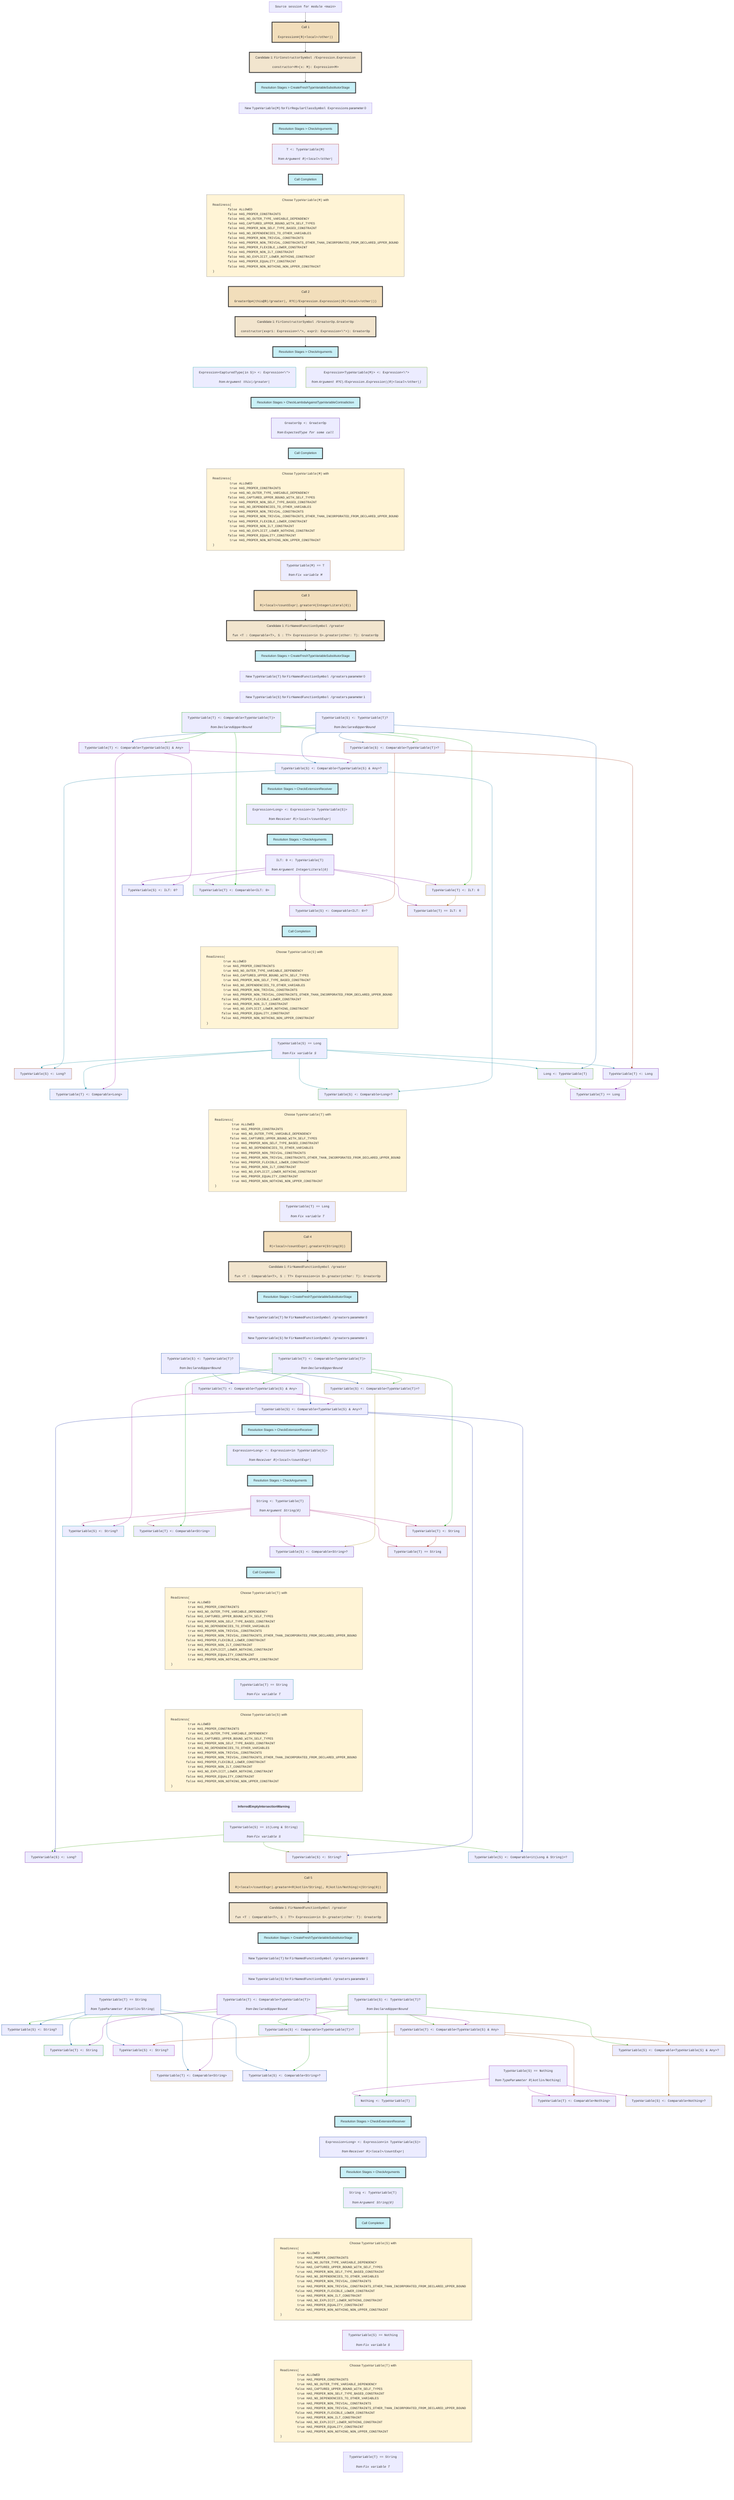
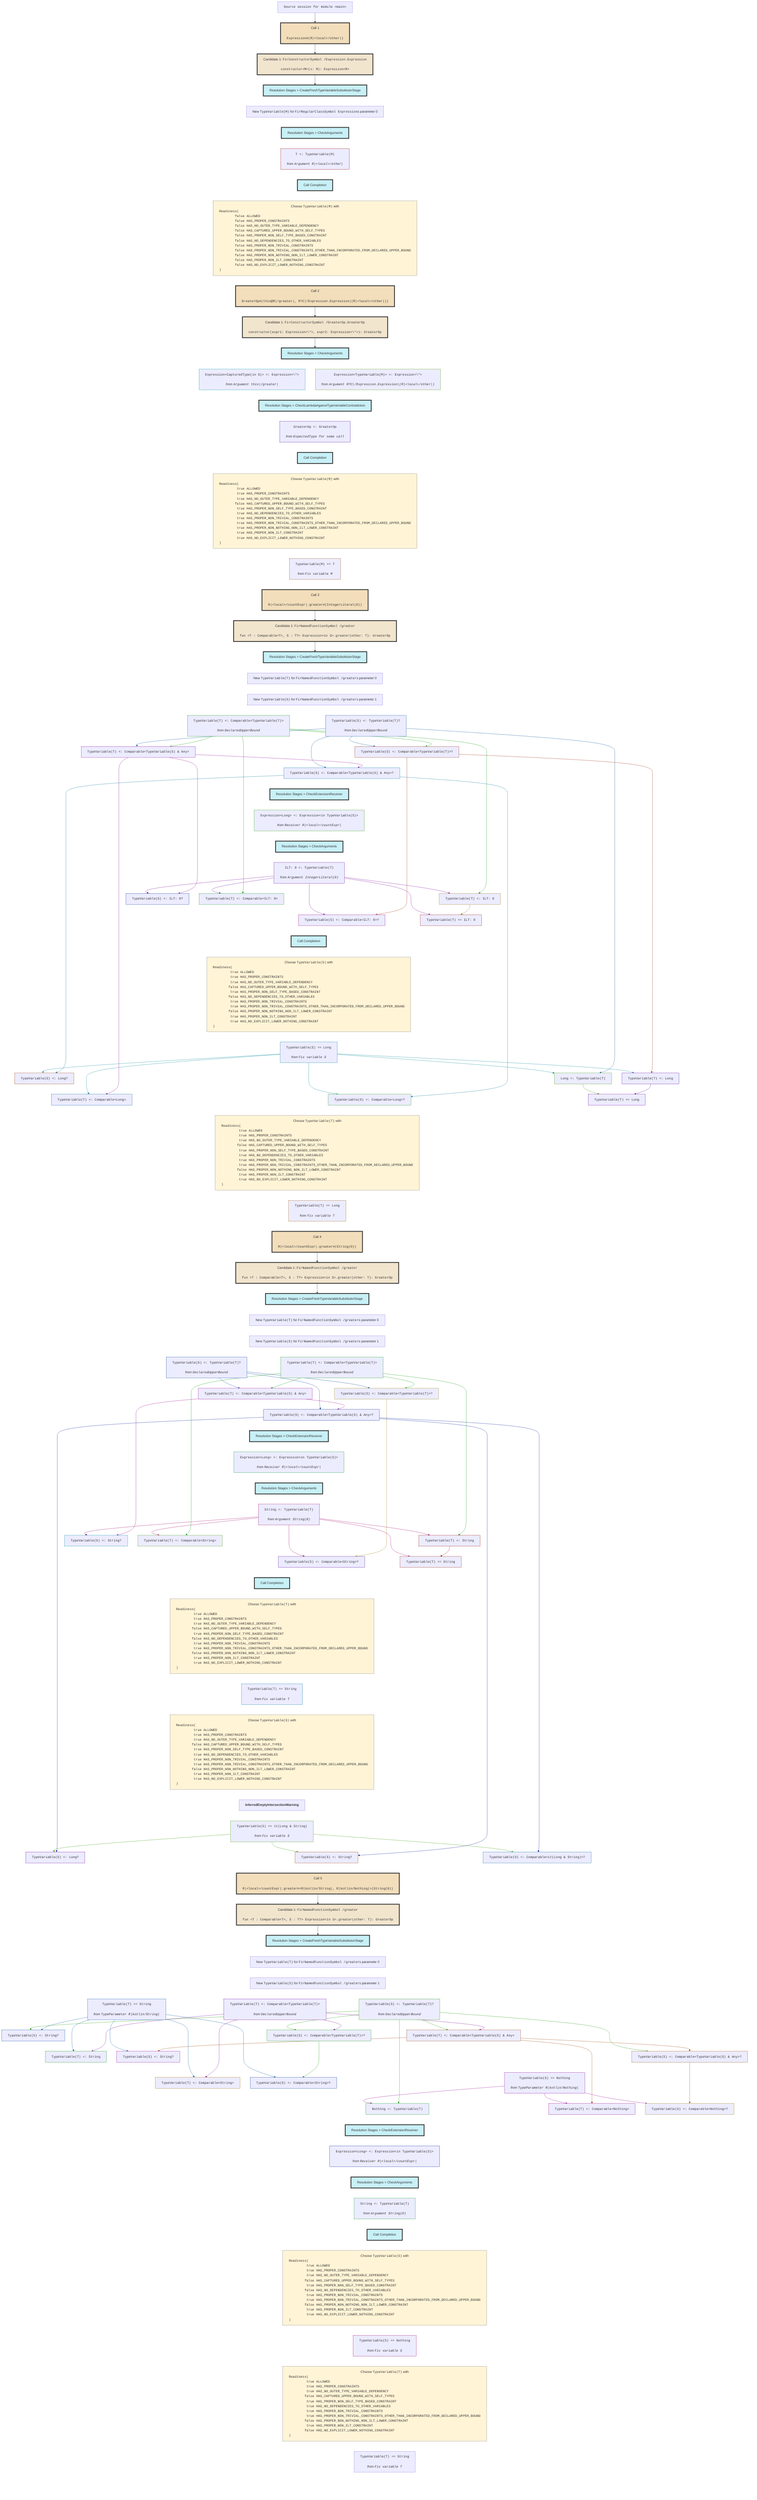
flowchart TD
    classDef nowrapClass text-align:center,white-space:nowrap;
    classDef callStyle fill:#f2debb,stroke:#333,stroke-width:4px;
    classDef candidateStyle fill:#f2e5ce,stroke:#333,stroke-width:4px;
    classDef stageStyle fill:#c8f0f7,stroke:#333,stroke-width:4px;
    classDef readinessStyle fill:#fff4d6,stroke:#777,stroke-width:1px;

    session0["<tt>Source session for module &lt;main></tt>"]
    class session0 nowrapClass;

    session0 --> call1

    call1["Call 1<br><br><pre style="display: inline-block;vertical-align: middle;text-align: left;margin: 0;"><tt>Expression#(R|&lt;local>/other|)</tt></pre>"]
    class call1 nowrapClass;
    class call1 callStyle;

    call1 --> candidate2

    candidate2["Candidate 1: <tt>FirConstructorSymbol /Expression.Expression</tt><br><br><pre style="display: inline-block;vertical-align: middle;text-align: left;margin: 0;"><tt>constructor&lt;M>(x: M): Expression&lt;M></tt></pre>"]
    class candidate2 nowrapClass;
    class candidate2 candidateStyle;

    candidate2 --> stage3

    stage3["Resolution Stages > CreateFreshTypeVariableSubstitutorStage"]
    class stage3 nowrapClass;
    class stage3 stageStyle;

    stage3 ~~~ newVariable4

    newVariable4["New <tt>TypeVariable(M)</tt> for <tt>FirRegularClassSymbol Expression</tt>s parameter 0"]
    class newVariable4 nowrapClass;

    newVariable4 ~~~ stage5

    stage5["Resolution Stages > CheckArguments"]
    class stage5 nowrapClass;
    class stage5 stageStyle;
    constraint6["<tt>T &lt;: TypeVariable(M)</tt><br><br><i><div style="display: inline-block;vertical-align: middle;">from</div> <pre style="display: inline-block;vertical-align: middle;text-align: left;margin: 0;"><tt>Argument R|&lt;local>/other|</tt></pre></i>"]
    class constraint6 nowrapClass;
    stage5 ~~~ constraint6

    constraint6 ~~~ stage7

    stage7["Call Completion"]
    class stage7 nowrapClass;
    class stage7 stageStyle;

    stage7 ~~~ variableReadiness8

    variableReadiness8["Choose <tt>TypeVariable(M)</tt> with <pre style="display: inline-block;vertical-align: middle;text-align: left;margin: 0;"><tt>Readiness(
	false ALLOWED
	false HAS_PROPER_CONSTRAINTS
	false HAS_NO_OUTER_TYPE_VARIABLE_DEPENDENCY
	false HAS_CAPTURED_UPPER_BOUND_WITH_SELF_TYPES
	false HAS_PROPER_NON_SELF_TYPE_BASED_CONSTRAINT
	false HAS_NO_DEPENDENCIES_TO_OTHER_VARIABLES
	false HAS_PROPER_NON_TRIVIAL_CONSTRAINTS
	false HAS_PROPER_NON_TRIVIAL_CONSTRAINTS_OTHER_THAN_INCORPORATED_FROM_DECLARED_UPPER_BOUND
- 	false HAS_PROPER_FLEXIBLE_LOWER_CONSTRAINT
+ 	false HAS_PROPER_NON_NOTHING_NON_ILT_LOWER_CONSTRAINT
	false HAS_PROPER_NON_ILT_CONSTRAINT
	false HAS_NO_EXPLICIT_LOWER_NOTHING_CONSTRAINT
- 	false HAS_PROPER_EQUALITY_CONSTRAINT
- 	false HAS_PROPER_NON_NOTHING_NON_UPPER_CONSTRAINT
)</tt></pre>"]
    class variableReadiness8 nowrapClass;
    class variableReadiness8 readinessStyle;

    variableReadiness8 ~~~ call9

    call9["Call 2<br><br><pre style="display: inline-block;vertical-align: middle;text-align: left;margin: 0;"><tt>GreaterOp#(this@R|/greater|, R?C|/Expression.Expression|(R|&lt;local>/other|))</tt></pre>"]
    class call9 nowrapClass;
    class call9 callStyle;

    call9 --> candidate10

    candidate10["Candidate 1: <tt>FirConstructorSymbol /GreaterOp.GreaterOp</tt><br><br><pre style="display: inline-block;vertical-align: middle;text-align: left;margin: 0;"><tt>constructor(expr1: Expression&lt;\*>, expr2: Expression&lt;\*>): GreaterOp</tt></pre>"]
    class candidate10 nowrapClass;
    class candidate10 candidateStyle;

    candidate10 --> stage11

    stage11["Resolution Stages > CheckArguments"]
    class stage11 nowrapClass;
    class stage11 stageStyle;
    constraint12["<tt>Expression&lt;CapturedType(in S)> &lt;: Expression&lt;\*></tt><br><br><i><div style="display: inline-block;vertical-align: middle;">from</div> <pre style="display: inline-block;vertical-align: middle;text-align: left;margin: 0;"><tt>Argument this|/greater|</tt></pre></i>"]
    class constraint12 nowrapClass;
    stage11 ~~~ constraint12
    constraint13["<tt>Expression&lt;TypeVariable(M)> &lt;: Expression&lt;\*></tt><br><br><i><div style="display: inline-block;vertical-align: middle;">from</div> <pre style="display: inline-block;vertical-align: middle;text-align: left;margin: 0;"><tt>Argument R?C|/Expression.Expression|(R|&lt;local>/other|)</tt></pre></i>"]
    class constraint13 nowrapClass;
    stage11 ~~~ constraint13

    constraint12 ~~~ stage14
    constraint13 ~~~ stage14

    stage14["Resolution Stages > CheckLambdaAgainstTypeVariableContradiction"]
    class stage14 nowrapClass;
    class stage14 stageStyle;
    constraint15["<tt>GreaterOp &lt;: GreaterOp</tt><br><br><i><div style="display: inline-block;vertical-align: middle;">from</div> <pre style="display: inline-block;vertical-align: middle;text-align: left;margin: 0;"><tt>ExpectedType for some call</tt></pre></i>"]
    class constraint15 nowrapClass;
    stage14 ~~~ constraint15

    constraint15 ~~~ stage16

    stage16["Call Completion"]
    class stage16 nowrapClass;
    class stage16 stageStyle;

    stage16 ~~~ variableReadiness17

    variableReadiness17["Choose <tt>TypeVariable(M)</tt> with <pre style="display: inline-block;vertical-align: middle;text-align: left;margin: 0;"><tt>Readiness(
	 true ALLOWED
	 true HAS_PROPER_CONSTRAINTS
	 true HAS_NO_OUTER_TYPE_VARIABLE_DEPENDENCY
	false HAS_CAPTURED_UPPER_BOUND_WITH_SELF_TYPES
	 true HAS_PROPER_NON_SELF_TYPE_BASED_CONSTRAINT
	 true HAS_NO_DEPENDENCIES_TO_OTHER_VARIABLES
	 true HAS_PROPER_NON_TRIVIAL_CONSTRAINTS
	 true HAS_PROPER_NON_TRIVIAL_CONSTRAINTS_OTHER_THAN_INCORPORATED_FROM_DECLARED_UPPER_BOUND
- 	false HAS_PROPER_FLEXIBLE_LOWER_CONSTRAINT
+ 	 true HAS_PROPER_NON_NOTHING_NON_ILT_LOWER_CONSTRAINT
	 true HAS_PROPER_NON_ILT_CONSTRAINT
	 true HAS_NO_EXPLICIT_LOWER_NOTHING_CONSTRAINT
- 	false HAS_PROPER_EQUALITY_CONSTRAINT
- 	 true HAS_PROPER_NON_NOTHING_NON_UPPER_CONSTRAINT
)</tt></pre>"]
    class variableReadiness17 nowrapClass;
    class variableReadiness17 readinessStyle;
    constraint18["<tt>TypeVariable(M) == T</tt><br><br><i><div style="display: inline-block;vertical-align: middle;">from</div> <pre style="display: inline-block;vertical-align: middle;text-align: left;margin: 0;"><tt>Fix variable M</tt></pre></i>"]
    class constraint18 nowrapClass;
    variableReadiness17 ~~~ constraint18

    constraint18 ~~~ call19

    call19["Call 3<br><br><pre style="display: inline-block;vertical-align: middle;text-align: left;margin: 0;"><tt>R|&lt;local>/countExpr|.greater#(IntegerLiteral(0))</tt></pre>"]
    class call19 nowrapClass;
    class call19 callStyle;

    call19 --> candidate20

    candidate20["Candidate 1: <tt>FirNamedFunctionSymbol /greater</tt><br><br><pre style="display: inline-block;vertical-align: middle;text-align: left;margin: 0;"><tt>fun &lt;T : Comparable&lt;T>, S : T?> Expression&lt;in S>.greater(other: T): GreaterOp
</tt></pre>"]
    class candidate20 nowrapClass;
    class candidate20 candidateStyle;

    candidate20 --> stage21

    stage21["Resolution Stages > CreateFreshTypeVariableSubstitutorStage"]
    class stage21 nowrapClass;
    class stage21 stageStyle;

    stage21 ~~~ newVariable22

    newVariable22["New <tt>TypeVariable(T)</tt> for <tt>FirNamedFunctionSymbol /greater</tt>s parameter 0"]
    class newVariable22 nowrapClass;

    newVariable22 ~~~ newVariable23

    newVariable23["New <tt>TypeVariable(S)</tt> for <tt>FirNamedFunctionSymbol /greater</tt>s parameter 1"]
    class newVariable23 nowrapClass;
    constraint24["<tt>TypeVariable(T) &lt;: Comparable&lt;TypeVariable(T)></tt><br><br><i><div style="display: inline-block;vertical-align: middle;">from</div> <pre style="display: inline-block;vertical-align: middle;text-align: left;margin: 0;"><tt>DeclaredUpperBound</tt></pre></i>"]
    class constraint24 nowrapClass;
    newVariable23 ~~~ constraint24
    constraint25["<tt>TypeVariable(S) &lt;: TypeVariable(T)?</tt><br><br><i><div style="display: inline-block;vertical-align: middle;">from</div> <pre style="display: inline-block;vertical-align: middle;text-align: left;margin: 0;"><tt>DeclaredUpperBound</tt></pre></i>"]
    class constraint25 nowrapClass;
    newVariable23 ~~~ constraint25
    constraint26["<tt>TypeVariable(S) &lt;: Comparable&lt;TypeVariable(T)>?</tt>"]
    class constraint26 nowrapClass;
    constraint25 --> constraint26
    constraint24 --> constraint26
    constraint27["<tt>TypeVariable(T) &lt;: Comparable&lt;TypeVariable(S) &amp; Any></tt>"]
    class constraint27 nowrapClass;
    constraint25 --> constraint27
    constraint24 --> constraint27
    constraint28["<tt>TypeVariable(S) &lt;: Comparable&lt;TypeVariable(S) &amp; Any>?</tt>"]
    class constraint28 nowrapClass;
    constraint25 ---> constraint28
    constraint27 --> constraint28

    constraint26 ~~~~ stage29
    constraint28 ~~~ stage29

    stage29["Resolution Stages > CheckExtensionReceiver"]
    class stage29 nowrapClass;
    class stage29 stageStyle;
    constraint30["<tt>Expression&lt;Long> &lt;: Expression&lt;in TypeVariable(S)></tt><br><br><i><div style="display: inline-block;vertical-align: middle;">from</div> <pre style="display: inline-block;vertical-align: middle;text-align: left;margin: 0;"><tt>Receiver R|&lt;local>/countExpr|</tt></pre></i>"]
    class constraint30 nowrapClass;
    stage29 ~~~ constraint30

    constraint30 ~~~ stage31

    stage31["Resolution Stages > CheckArguments"]
    class stage31 nowrapClass;
    class stage31 stageStyle;
    constraint32["<tt>ILT: 0 &lt;: TypeVariable(T)</tt><br><br><i><div style="display: inline-block;vertical-align: middle;">from</div> <pre style="display: inline-block;vertical-align: middle;text-align: left;margin: 0;"><tt>Argument IntegerLiteral(0)</tt></pre></i>"]
    class constraint32 nowrapClass;
    stage31 ~~~ constraint32
    constraint33["<tt>TypeVariable(T) &lt;: ILT: 0</tt>"]
    class constraint33 nowrapClass;
    constraint32 --> constraint33
    constraint24 --> constraint33
    constraint34["<tt>TypeVariable(S) &lt;: ILT: 0?</tt>"]
    class constraint34 nowrapClass;
    constraint32 --> constraint34
    constraint27 --> constraint34
    constraint35["<tt>TypeVariable(T) &lt;: Comparable&lt;ILT: 0></tt>"]
    class constraint35 nowrapClass;
    constraint32 --> constraint35
    constraint24 --> constraint35
    constraint36["<tt>TypeVariable(S) &lt;: Comparable&lt;ILT: 0>?</tt>"]
    class constraint36 nowrapClass;
    constraint32 ---> constraint36
    constraint26 --> constraint36
    constraint37["<tt>TypeVariable(T) == ILT: 0</tt>"]
    class constraint37 nowrapClass;
    constraint32 ---> constraint37
    constraint33 --> constraint37

    constraint34 ~~~~ stage38
    constraint35 ~~~~ stage38
    constraint36 ~~~ stage38
    constraint37 ~~~ stage38

    stage38["Call Completion"]
    class stage38 nowrapClass;
    class stage38 stageStyle;

    stage38 ~~~ variableReadiness39

    variableReadiness39["Choose <tt>TypeVariable(S)</tt> with <pre style="display: inline-block;vertical-align: middle;text-align: left;margin: 0;"><tt>Readiness(
	 true ALLOWED
	 true HAS_PROPER_CONSTRAINTS
	 true HAS_NO_OUTER_TYPE_VARIABLE_DEPENDENCY
	false HAS_CAPTURED_UPPER_BOUND_WITH_SELF_TYPES
	 true HAS_PROPER_NON_SELF_TYPE_BASED_CONSTRAINT
	false HAS_NO_DEPENDENCIES_TO_OTHER_VARIABLES
	 true HAS_PROPER_NON_TRIVIAL_CONSTRAINTS
	 true HAS_PROPER_NON_TRIVIAL_CONSTRAINTS_OTHER_THAN_INCORPORATED_FROM_DECLARED_UPPER_BOUND
- 	false HAS_PROPER_FLEXIBLE_LOWER_CONSTRAINT
+ 	false HAS_PROPER_NON_NOTHING_NON_ILT_LOWER_CONSTRAINT
	 true HAS_PROPER_NON_ILT_CONSTRAINT
	 true HAS_NO_EXPLICIT_LOWER_NOTHING_CONSTRAINT
- 	false HAS_PROPER_EQUALITY_CONSTRAINT
- 	false HAS_PROPER_NON_NOTHING_NON_UPPER_CONSTRAINT
)</tt></pre>"]
    class variableReadiness39 nowrapClass;
    class variableReadiness39 readinessStyle;
    constraint41["<tt>TypeVariable(S) == Long</tt><br><br><i><div style="display: inline-block;vertical-align: middle;">from</div> <pre style="display: inline-block;vertical-align: middle;text-align: left;margin: 0;"><tt>Fix variable S</tt></pre></i>"]
    class constraint41 nowrapClass;
    variableReadiness39 ~~~ constraint41
    constraint42["<tt>Long &lt;: TypeVariable(T)</tt>"]
    class constraint42 nowrapClass;
    constraint41 --> constraint42
    constraint25 --> constraint42
    constraint43["<tt>TypeVariable(T) &lt;: Long</tt>"]
    class constraint43 nowrapClass;
    constraint41 --> constraint43
    constraint26 --> constraint43
    constraint44["<tt>TypeVariable(S) &lt;: Long?</tt>"]
    class constraint44 nowrapClass;
    constraint41 --> constraint44
    constraint28 --> constraint44
    constraint45["<tt>TypeVariable(T) &lt;: Comparable&lt;Long></tt>"]
    class constraint45 nowrapClass;
    constraint41 ---> constraint45
    constraint27 --> constraint45
    constraint46["<tt>TypeVariable(S) &lt;: Comparable&lt;Long>?</tt>"]
    class constraint46 nowrapClass;
    constraint41 ---> constraint46
    constraint28 --> constraint46
    constraint47["<tt>TypeVariable(T) == Long</tt>"]
    class constraint47 nowrapClass;
    constraint42 --> constraint47
    constraint43 --> constraint47

    constraint44 ~~~~ variableReadiness40
    constraint45 ~~~ variableReadiness40
    constraint46 ~~~ variableReadiness40
    constraint47 ~~~ variableReadiness40

    variableReadiness40["Choose <tt>TypeVariable(T)</tt> with <pre style="display: inline-block;vertical-align: middle;text-align: left;margin: 0;"><tt>Readiness(
	 true ALLOWED
	 true HAS_PROPER_CONSTRAINTS
	 true HAS_NO_OUTER_TYPE_VARIABLE_DEPENDENCY
	false HAS_CAPTURED_UPPER_BOUND_WITH_SELF_TYPES
	 true HAS_PROPER_NON_SELF_TYPE_BASED_CONSTRAINT
	 true HAS_NO_DEPENDENCIES_TO_OTHER_VARIABLES
	 true HAS_PROPER_NON_TRIVIAL_CONSTRAINTS
	 true HAS_PROPER_NON_TRIVIAL_CONSTRAINTS_OTHER_THAN_INCORPORATED_FROM_DECLARED_UPPER_BOUND
- 	false HAS_PROPER_FLEXIBLE_LOWER_CONSTRAINT
+ 	false HAS_PROPER_NON_NOTHING_NON_ILT_LOWER_CONSTRAINT
	 true HAS_PROPER_NON_ILT_CONSTRAINT
	 true HAS_NO_EXPLICIT_LOWER_NOTHING_CONSTRAINT
- 	 true HAS_PROPER_EQUALITY_CONSTRAINT
- 	 true HAS_PROPER_NON_NOTHING_NON_UPPER_CONSTRAINT
)</tt></pre>"]
    class variableReadiness40 nowrapClass;
    class variableReadiness40 readinessStyle;
    constraint48["<tt>TypeVariable(T) == Long</tt><br><br><i><div style="display: inline-block;vertical-align: middle;">from</div> <pre style="display: inline-block;vertical-align: middle;text-align: left;margin: 0;"><tt>Fix variable T</tt></pre></i>"]
    class constraint48 nowrapClass;
    variableReadiness40 ~~~ constraint48

    constraint48 ~~~ call49

    call49["Call 4<br><br><pre style="display: inline-block;vertical-align: middle;text-align: left;margin: 0;"><tt>R|&lt;local>/countExpr|.greater#(String(0))</tt></pre>"]
    class call49 nowrapClass;
    class call49 callStyle;

    call49 --> candidate50

    candidate50["Candidate 1: <tt>FirNamedFunctionSymbol /greater</tt><br><br><pre style="display: inline-block;vertical-align: middle;text-align: left;margin: 0;"><tt>fun &lt;T : Comparable&lt;T>, S : T?> Expression&lt;in S>.greater(other: T): GreaterOp
</tt></pre>"]
    class candidate50 nowrapClass;
    class candidate50 candidateStyle;

    candidate50 --> stage51

    stage51["Resolution Stages > CreateFreshTypeVariableSubstitutorStage"]
    class stage51 nowrapClass;
    class stage51 stageStyle;

    stage51 ~~~ newVariable52

    newVariable52["New <tt>TypeVariable(T)</tt> for <tt>FirNamedFunctionSymbol /greater</tt>s parameter 0"]
    class newVariable52 nowrapClass;

    newVariable52 ~~~ newVariable53

    newVariable53["New <tt>TypeVariable(S)</tt> for <tt>FirNamedFunctionSymbol /greater</tt>s parameter 1"]
    class newVariable53 nowrapClass;
    constraint54["<tt>TypeVariable(T) &lt;: Comparable&lt;TypeVariable(T)></tt><br><br><i><div style="display: inline-block;vertical-align: middle;">from</div> <pre style="display: inline-block;vertical-align: middle;text-align: left;margin: 0;"><tt>DeclaredUpperBound</tt></pre></i>"]
    class constraint54 nowrapClass;
    newVariable53 ~~~ constraint54
    constraint55["<tt>TypeVariable(S) &lt;: TypeVariable(T)?</tt><br><br><i><div style="display: inline-block;vertical-align: middle;">from</div> <pre style="display: inline-block;vertical-align: middle;text-align: left;margin: 0;"><tt>DeclaredUpperBound</tt></pre></i>"]
    class constraint55 nowrapClass;
    newVariable53 ~~~ constraint55
    constraint56["<tt>TypeVariable(S) &lt;: Comparable&lt;TypeVariable(T)>?</tt>"]
    class constraint56 nowrapClass;
    constraint55 --> constraint56
    constraint54 --> constraint56
    constraint57["<tt>TypeVariable(T) &lt;: Comparable&lt;TypeVariable(S) &amp; Any></tt>"]
    class constraint57 nowrapClass;
    constraint55 --> constraint57
    constraint54 --> constraint57
    constraint58["<tt>TypeVariable(S) &lt;: Comparable&lt;TypeVariable(S) &amp; Any>?</tt>"]
    class constraint58 nowrapClass;
    constraint55 ---> constraint58
    constraint57 --> constraint58

    constraint56 ~~~~ stage59
    constraint58 ~~~ stage59

    stage59["Resolution Stages > CheckExtensionReceiver"]
    class stage59 nowrapClass;
    class stage59 stageStyle;
    constraint60["<tt>Expression&lt;Long> &lt;: Expression&lt;in TypeVariable(S)></tt><br><br><i><div style="display: inline-block;vertical-align: middle;">from</div> <pre style="display: inline-block;vertical-align: middle;text-align: left;margin: 0;"><tt>Receiver R|&lt;local>/countExpr|</tt></pre></i>"]
    class constraint60 nowrapClass;
    stage59 ~~~ constraint60

    constraint60 ~~~ stage61

    stage61["Resolution Stages > CheckArguments"]
    class stage61 nowrapClass;
    class stage61 stageStyle;
    constraint62["<tt>String &lt;: TypeVariable(T)</tt><br><br><i><div style="display: inline-block;vertical-align: middle;">from</div> <pre style="display: inline-block;vertical-align: middle;text-align: left;margin: 0;"><tt>Argument String(0)</tt></pre></i>"]
    class constraint62 nowrapClass;
    stage61 ~~~ constraint62
    constraint63["<tt>TypeVariable(T) &lt;: String</tt>"]
    class constraint63 nowrapClass;
    constraint62 --> constraint63
    constraint54 --> constraint63
    constraint64["<tt>TypeVariable(S) &lt;: String?</tt>"]
    class constraint64 nowrapClass;
    constraint62 --> constraint64
    constraint57 --> constraint64
    constraint65["<tt>TypeVariable(T) &lt;: Comparable&lt;String></tt>"]
    class constraint65 nowrapClass;
    constraint62 --> constraint65
    constraint54 --> constraint65
    constraint66["<tt>TypeVariable(S) &lt;: Comparable&lt;String>?</tt>"]
    class constraint66 nowrapClass;
    constraint62 ---> constraint66
    constraint56 --> constraint66
    constraint67["<tt>TypeVariable(T) == String</tt>"]
    class constraint67 nowrapClass;
    constraint62 ---> constraint67
    constraint63 --> constraint67

    constraint64 ~~~~ stage68
    constraint65 ~~~~ stage68
    constraint66 ~~~ stage68
    constraint67 ~~~ stage68

    stage68["Call Completion"]
    class stage68 nowrapClass;
    class stage68 stageStyle;

    stage68 ~~~ variableReadiness69

    variableReadiness69["Choose <tt>TypeVariable(T)</tt> with <pre style="display: inline-block;vertical-align: middle;text-align: left;margin: 0;"><tt>Readiness(
	 true ALLOWED
	 true HAS_PROPER_CONSTRAINTS
	 true HAS_NO_OUTER_TYPE_VARIABLE_DEPENDENCY
	false HAS_CAPTURED_UPPER_BOUND_WITH_SELF_TYPES
	 true HAS_PROPER_NON_SELF_TYPE_BASED_CONSTRAINT
	false HAS_NO_DEPENDENCIES_TO_OTHER_VARIABLES
	 true HAS_PROPER_NON_TRIVIAL_CONSTRAINTS
	 true HAS_PROPER_NON_TRIVIAL_CONSTRAINTS_OTHER_THAN_INCORPORATED_FROM_DECLARED_UPPER_BOUND
- 	false HAS_PROPER_FLEXIBLE_LOWER_CONSTRAINT
+ 	false HAS_PROPER_NON_NOTHING_NON_ILT_LOWER_CONSTRAINT
	 true HAS_PROPER_NON_ILT_CONSTRAINT
	 true HAS_NO_EXPLICIT_LOWER_NOTHING_CONSTRAINT
- 	 true HAS_PROPER_EQUALITY_CONSTRAINT
- 	 true HAS_PROPER_NON_NOTHING_NON_UPPER_CONSTRAINT
)</tt></pre>"]
    class variableReadiness69 nowrapClass;
    class variableReadiness69 readinessStyle;
    constraint72["<tt>TypeVariable(T) == String</tt><br><br><i><div style="display: inline-block;vertical-align: middle;">from</div> <pre style="display: inline-block;vertical-align: middle;text-align: left;margin: 0;"><tt>Fix variable T</tt></pre></i>"]
    class constraint72 nowrapClass;
    variableReadiness69 ~~~ constraint72

    constraint72 ~~~ variableReadiness70

    variableReadiness70["Choose <tt>TypeVariable(S)</tt> with <pre style="display: inline-block;vertical-align: middle;text-align: left;margin: 0;"><tt>Readiness(
	 true ALLOWED
	 true HAS_PROPER_CONSTRAINTS
	 true HAS_NO_OUTER_TYPE_VARIABLE_DEPENDENCY
	false HAS_CAPTURED_UPPER_BOUND_WITH_SELF_TYPES
	 true HAS_PROPER_NON_SELF_TYPE_BASED_CONSTRAINT
	 true HAS_NO_DEPENDENCIES_TO_OTHER_VARIABLES
	 true HAS_PROPER_NON_TRIVIAL_CONSTRAINTS
	 true HAS_PROPER_NON_TRIVIAL_CONSTRAINTS_OTHER_THAN_INCORPORATED_FROM_DECLARED_UPPER_BOUND
- 	false HAS_PROPER_FLEXIBLE_LOWER_CONSTRAINT
+ 	false HAS_PROPER_NON_NOTHING_NON_ILT_LOWER_CONSTRAINT
	 true HAS_PROPER_NON_ILT_CONSTRAINT
	 true HAS_NO_EXPLICIT_LOWER_NOTHING_CONSTRAINT
- 	false HAS_PROPER_EQUALITY_CONSTRAINT
- 	false HAS_PROPER_NON_NOTHING_NON_UPPER_CONSTRAINT
)</tt></pre>"]
    class variableReadiness70 nowrapClass;
    class variableReadiness70 readinessStyle;

    variableReadiness70 ~~~ error71

    error71["<b>InferredEmptyIntersectionWarning<b>"]
    class error71 nowrapClass;
    constraint73["<tt>TypeVariable(S) == it(Long &amp; String)</tt><br><br><i><div style="display: inline-block;vertical-align: middle;">from</div> <pre style="display: inline-block;vertical-align: middle;text-align: left;margin: 0;"><tt>Fix variable S</tt></pre></i>"]
    class constraint73 nowrapClass;
    error71 ~~~ constraint73
    constraint74["<tt>TypeVariable(S) &lt;: Long?</tt>"]
    class constraint74 nowrapClass;
    constraint73 --> constraint74
    constraint58 --> constraint74
    constraint75["<tt>TypeVariable(S) &lt;: String?</tt>"]
    class constraint75 nowrapClass;
    constraint73 --> constraint75
    constraint58 --> constraint75
    constraint76["<tt>TypeVariable(S) &lt;: Comparable&lt;it(Long &amp; String)>?</tt>"]
    class constraint76 nowrapClass;
    constraint73 --> constraint76
    constraint58 --> constraint76

    constraint74 ~~~ call77
    constraint75 ~~~ call77
    constraint76 ~~~ call77

    call77["Call 5<br><br><pre style="display: inline-block;vertical-align: middle;text-align: left;margin: 0;"><tt>R|&lt;local>/countExpr|.greater#&lt;R|kotlin/String|, R|kotlin/Nothing|>(String(0))</tt></pre>"]
    class call77 nowrapClass;
    class call77 callStyle;

    call77 --> candidate78

    candidate78["Candidate 1: <tt>FirNamedFunctionSymbol /greater</tt><br><br><pre style="display: inline-block;vertical-align: middle;text-align: left;margin: 0;"><tt>fun &lt;T : Comparable&lt;T>, S : T?> Expression&lt;in S>.greater(other: T): GreaterOp
</tt></pre>"]
    class candidate78 nowrapClass;
    class candidate78 candidateStyle;

    candidate78 --> stage79

    stage79["Resolution Stages > CreateFreshTypeVariableSubstitutorStage"]
    class stage79 nowrapClass;
    class stage79 stageStyle;

    stage79 ~~~ newVariable80

    newVariable80["New <tt>TypeVariable(T)</tt> for <tt>FirNamedFunctionSymbol /greater</tt>s parameter 0"]
    class newVariable80 nowrapClass;

    newVariable80 ~~~ newVariable81

    newVariable81["New <tt>TypeVariable(S)</tt> for <tt>FirNamedFunctionSymbol /greater</tt>s parameter 1"]
    class newVariable81 nowrapClass;
    constraint82["<tt>TypeVariable(T) &lt;: Comparable&lt;TypeVariable(T)></tt><br><br><i><div style="display: inline-block;vertical-align: middle;">from</div> <pre style="display: inline-block;vertical-align: middle;text-align: left;margin: 0;"><tt>DeclaredUpperBound</tt></pre></i>"]
    class constraint82 nowrapClass;
    newVariable81 ~~~ constraint82
    constraint83["<tt>TypeVariable(S) &lt;: TypeVariable(T)?</tt><br><br><i><div style="display: inline-block;vertical-align: middle;">from</div> <pre style="display: inline-block;vertical-align: middle;text-align: left;margin: 0;"><tt>DeclaredUpperBound</tt></pre></i>"]
    class constraint83 nowrapClass;
    newVariable81 ~~~ constraint83
    constraint84["<tt>TypeVariable(S) &lt;: Comparable&lt;TypeVariable(T)>?</tt>"]
    class constraint84 nowrapClass;
    constraint83 --> constraint84
    constraint82 --> constraint84
    constraint85["<tt>TypeVariable(T) &lt;: Comparable&lt;TypeVariable(S) &amp; Any></tt>"]
    class constraint85 nowrapClass;
    constraint83 --> constraint85
    constraint82 --> constraint85
    constraint86["<tt>TypeVariable(S) &lt;: Comparable&lt;TypeVariable(S) &amp; Any>?</tt>"]
    class constraint86 nowrapClass;
    constraint83 ---> constraint86
    constraint85 --> constraint86
    constraint87["<tt>TypeVariable(T) == String</tt><br><br><i><div style="display: inline-block;vertical-align: middle;">from</div> <pre style="display: inline-block;vertical-align: middle;text-align: left;margin: 0;"><tt>TypeParameter R|kotlin/String|</tt></pre></i>"]
    class constraint87 nowrapClass;
    newVariable81 ~~~ constraint87
    constraint88["<tt>TypeVariable(S) &lt;: String?</tt>"]
    class constraint88 nowrapClass;
    constraint83 --> constraint88
    constraint87 --> constraint88
    constraint89["<tt>TypeVariable(T) &lt;: String</tt>"]
    class constraint89 nowrapClass;
    constraint87 ---> constraint89
    constraint82 ---> constraint89
    constraint90["<tt>TypeVariable(S) &lt;: String?</tt>"]
    class constraint90 nowrapClass;
    constraint87 ---> constraint90
    constraint85 --> constraint90
    constraint91["<tt>TypeVariable(T) &lt;: Comparable&lt;String></tt>"]
    class constraint91 nowrapClass;
    constraint87 ----> constraint91
    constraint82 ----> constraint91
    constraint92["<tt>TypeVariable(S) &lt;: Comparable&lt;String>?</tt>"]
    class constraint92 nowrapClass;
    constraint87 ----> constraint92
    constraint84 ---> constraint92
    constraint93["<tt>TypeVariable(S) == Nothing</tt><br><br><i><div style="display: inline-block;vertical-align: middle;">from</div> <pre style="display: inline-block;vertical-align: middle;text-align: left;margin: 0;"><tt>TypeParameter R|kotlin/Nothing|</tt></pre></i>"]
    class constraint93 nowrapClass;
    newVariable81 ~~~~~~ constraint93
    constraint94["<tt>Nothing &lt;: TypeVariable(T)</tt>"]
    class constraint94 nowrapClass;
    constraint93 --> constraint94
    constraint83 -----> constraint94
    constraint95["<tt>TypeVariable(T) &lt;: Comparable&lt;Nothing></tt>"]
    class constraint95 nowrapClass;
    constraint93 --> constraint95
    constraint85 ----> constraint95
    constraint96["<tt>TypeVariable(S) &lt;: Comparable&lt;Nothing>?</tt>"]
    class constraint96 nowrapClass;
    constraint93 --> constraint96
    constraint86 ---> constraint96

    constraint88 ~~~~~~ stage97
    constraint89 ~~~~~ stage97
    constraint90 ~~~~~ stage97
    constraint91 ~~~~ stage97
    constraint92 ~~~~ stage97
    constraint94 ~~~ stage97
    constraint95 ~~~ stage97
    constraint96 ~~~ stage97

    stage97["Resolution Stages > CheckExtensionReceiver"]
    class stage97 nowrapClass;
    class stage97 stageStyle;
    constraint98["<tt>Expression&lt;Long> &lt;: Expression&lt;in TypeVariable(S)></tt><br><br><i><div style="display: inline-block;vertical-align: middle;">from</div> <pre style="display: inline-block;vertical-align: middle;text-align: left;margin: 0;"><tt>Receiver R|&lt;local>/countExpr|</tt></pre></i>"]
    class constraint98 nowrapClass;
    stage97 ~~~ constraint98

    constraint98 ~~~ stage99

    stage99["Resolution Stages > CheckArguments"]
    class stage99 nowrapClass;
    class stage99 stageStyle;
    constraint100["<tt>String &lt;: TypeVariable(T)</tt><br><br><i><div style="display: inline-block;vertical-align: middle;">from</div> <pre style="display: inline-block;vertical-align: middle;text-align: left;margin: 0;"><tt>Argument String(0)</tt></pre></i>"]
    class constraint100 nowrapClass;
    stage99 ~~~ constraint100

    constraint100 ~~~ stage101

    stage101["Call Completion"]
    class stage101 nowrapClass;
    class stage101 stageStyle;

    stage101 ~~~ variableReadiness102

    variableReadiness102["Choose <tt>TypeVariable(S)</tt> with <pre style="display: inline-block;vertical-align: middle;text-align: left;margin: 0;"><tt>Readiness(
	 true ALLOWED
	 true HAS_PROPER_CONSTRAINTS
	 true HAS_NO_OUTER_TYPE_VARIABLE_DEPENDENCY
	false HAS_CAPTURED_UPPER_BOUND_WITH_SELF_TYPES
	 true HAS_PROPER_NON_SELF_TYPE_BASED_CONSTRAINT
	false HAS_NO_DEPENDENCIES_TO_OTHER_VARIABLES
	 true HAS_PROPER_NON_TRIVIAL_CONSTRAINTS
	 true HAS_PROPER_NON_TRIVIAL_CONSTRAINTS_OTHER_THAN_INCORPORATED_FROM_DECLARED_UPPER_BOUND
- 	false HAS_PROPER_FLEXIBLE_LOWER_CONSTRAINT
+ 	false HAS_PROPER_NON_NOTHING_NON_ILT_LOWER_CONSTRAINT
	 true HAS_PROPER_NON_ILT_CONSTRAINT
	 true HAS_NO_EXPLICIT_LOWER_NOTHING_CONSTRAINT
- 	 true HAS_PROPER_EQUALITY_CONSTRAINT
- 	false HAS_PROPER_NON_NOTHING_NON_UPPER_CONSTRAINT
)</tt></pre>"]
    class variableReadiness102 nowrapClass;
    class variableReadiness102 readinessStyle;
    constraint104["<tt>TypeVariable(S) == Nothing</tt><br><br><i><div style="display: inline-block;vertical-align: middle;">from</div> <pre style="display: inline-block;vertical-align: middle;text-align: left;margin: 0;"><tt>Fix variable S</tt></pre></i>"]
    class constraint104 nowrapClass;
    variableReadiness102 ~~~ constraint104

    constraint104 ~~~ variableReadiness103

    variableReadiness103["Choose <tt>TypeVariable(T)</tt> with <pre style="display: inline-block;vertical-align: middle;text-align: left;margin: 0;"><tt>Readiness(
	 true ALLOWED
	 true HAS_PROPER_CONSTRAINTS
	 true HAS_NO_OUTER_TYPE_VARIABLE_DEPENDENCY
	false HAS_CAPTURED_UPPER_BOUND_WITH_SELF_TYPES
	 true HAS_PROPER_NON_SELF_TYPE_BASED_CONSTRAINT
	 true HAS_NO_DEPENDENCIES_TO_OTHER_VARIABLES
	 true HAS_PROPER_NON_TRIVIAL_CONSTRAINTS
	 true HAS_PROPER_NON_TRIVIAL_CONSTRAINTS_OTHER_THAN_INCORPORATED_FROM_DECLARED_UPPER_BOUND
- 	false HAS_PROPER_FLEXIBLE_LOWER_CONSTRAINT
+ 	false HAS_PROPER_NON_NOTHING_NON_ILT_LOWER_CONSTRAINT
	 true HAS_PROPER_NON_ILT_CONSTRAINT
	false HAS_NO_EXPLICIT_LOWER_NOTHING_CONSTRAINT
- 	 true HAS_PROPER_EQUALITY_CONSTRAINT
- 	 true HAS_PROPER_NON_NOTHING_NON_UPPER_CONSTRAINT
)</tt></pre>"]
    class variableReadiness103 nowrapClass;
    class variableReadiness103 readinessStyle;
    constraint105["<tt>TypeVariable(T) == String</tt><br><br><i><div style="display: inline-block;vertical-align: middle;">from</div> <pre style="display: inline-block;vertical-align: middle;text-align: left;margin: 0;"><tt>Fix variable T</tt></pre></i>"]
    class constraint105 nowrapClass;
    variableReadiness103 ~~~ constraint105

    linkStyle 6 stroke:#990000
    linkStyle 13 stroke:#009999
    linkStyle 14 stroke:#4c9900
    linkStyle 16 stroke:#4c0099
    linkStyle 19 stroke:#994900
    linkStyle 26 stroke:#004f99
    linkStyle 27 stroke:#039900
    linkStyle 28 stroke:#004f99
    linkStyle 29 stroke:#039900
    linkStyle 30 stroke:#004f99
    linkStyle 31 stroke:#950099
    linkStyle 32 stroke:#992400
    linkStyle 33 stroke:#007499
    linkStyle 35 stroke:#279900
    linkStyle 37 stroke:#710099
    linkStyle 38 stroke:#039900
    linkStyle 39 stroke:#710099
    linkStyle 40 stroke:#950099
    linkStyle 41 stroke:#710099
    linkStyle 42 stroke:#039900
    linkStyle 43 stroke:#710099
    linkStyle 44 stroke:#992400
    linkStyle 45 stroke:#710099
    linkStyle 46 stroke:#996d00
    linkStyle 47 stroke:#002b99
    linkStyle 48 stroke:#009921
    linkStyle 49 stroke:#990077
    linkStyle 50 stroke:#991200
    linkStyle 53 stroke:#008699
    linkStyle 54 stroke:#004f99
    linkStyle 55 stroke:#008699
    linkStyle 56 stroke:#992400
    linkStyle 57 stroke:#008699
    linkStyle 58 stroke:#007499
    linkStyle 59 stroke:#008699
    linkStyle 60 stroke:#950099
    linkStyle 61 stroke:#008699
    linkStyle 62 stroke:#007499
    linkStyle 63 stroke:#3a9900
    linkStyle 64 stroke:#5e0099
    linkStyle 65 stroke:#993600
    linkStyle 66 stroke:#006299
    linkStyle 67 stroke:#159900
    linkStyle 68 stroke:#830099
    linkStyle 70 stroke:#995b00
    linkStyle 77 stroke:#003d99
    linkStyle 78 stroke:#00990e
    linkStyle 79 stroke:#003d99
    linkStyle 80 stroke:#00990e
    linkStyle 81 stroke:#003d99
    linkStyle 82 stroke:#99008a
    linkStyle 83 stroke:#997f00
    linkStyle 84 stroke:#001999
    linkStyle 86 stroke:#009933
    linkStyle 88 stroke:#990065
    linkStyle 89 stroke:#00990e
    linkStyle 90 stroke:#990065
    linkStyle 91 stroke:#99008a
    linkStyle 92 stroke:#990065
    linkStyle 93 stroke:#00990e
    linkStyle 94 stroke:#990065
    linkStyle 95 stroke:#997f00
    linkStyle 96 stroke:#990065
    linkStyle 97 stroke:#990900
    linkStyle 98 stroke:#008f99
    linkStyle 99 stroke:#439900
    linkStyle 100 stroke:#550099
    linkStyle 101 stroke:#991b00
    linkStyle 104 stroke:#007d99
    linkStyle 107 stroke:#319900
    linkStyle 108 stroke:#001999
    linkStyle 109 stroke:#319900
    linkStyle 110 stroke:#001999
    linkStyle 111 stroke:#319900
    linkStyle 112 stroke:#001999
    linkStyle 113 stroke:#670099
    linkStyle 114 stroke:#992d00
    linkStyle 115 stroke:#006b99
    linkStyle 122 stroke:#1e9900
    linkStyle 123 stroke:#7a0099
    linkStyle 124 stroke:#1e9900
    linkStyle 125 stroke:#7a0099
    linkStyle 126 stroke:#1e9900
    linkStyle 127 stroke:#993f00
    linkStyle 129 stroke:#1e9900
    linkStyle 130 stroke:#005999
    linkStyle 131 stroke:#005999
    linkStyle 132 stroke:#7a0099
    linkStyle 133 stroke:#005999
    linkStyle 134 stroke:#993f00
    linkStyle 135 stroke:#005999
    linkStyle 136 stroke:#7a0099
    linkStyle 137 stroke:#005999
    linkStyle 138 stroke:#0c9900
    linkStyle 140 stroke:#8c0099
    linkStyle 141 stroke:#1e9900
    linkStyle 142 stroke:#8c0099
    linkStyle 143 stroke:#993f00
    linkStyle 144 stroke:#8c0099
    linkStyle 145 stroke:#995200
    linkStyle 146 stroke:#004699
    linkStyle 147 stroke:#009905
    linkStyle 148 stroke:#990093
    linkStyle 149 stroke:#996400
    linkStyle 150 stroke:#003499
    linkStyle 151 stroke:#009917
    linkStyle 152 stroke:#990081
    linkStyle 153 stroke:#997600
    linkStyle 155 stroke:#002299
    linkStyle 157 stroke:#00992a
    linkStyle 160 stroke:#99006e
    style constraint6 stroke:#990000;
    style constraint12 stroke:#009999;
    style constraint13 stroke:#4c9900;
    style constraint15 stroke:#4c0099;
    style constraint18 stroke:#994900;
    style constraint25 stroke:#004f99;
    style constraint24 stroke:#039900;
    style constraint27 stroke:#950099;
    style constraint26 stroke:#992400;
    style constraint28 stroke:#007499;
    style constraint30 stroke:#279900;
    style constraint32 stroke:#710099;
    style constraint33 stroke:#996d00;
    style constraint34 stroke:#002b99;
    style constraint35 stroke:#009921;
    style constraint36 stroke:#990077;
    style constraint37 stroke:#991200;
    style constraint41 stroke:#008699;
    style constraint42 stroke:#3a9900;
    style constraint43 stroke:#5e0099;
    style constraint44 stroke:#993600;
    style constraint45 stroke:#006299;
    style constraint46 stroke:#159900;
    style constraint47 stroke:#830099;
    style constraint48 stroke:#995b00;
    style constraint55 stroke:#003d99;
    style constraint54 stroke:#00990e;
    style constraint57 stroke:#99008a;
    style constraint56 stroke:#997f00;
    style constraint58 stroke:#001999;
    style constraint60 stroke:#009933;
    style constraint62 stroke:#990065;
    style constraint63 stroke:#990900;
    style constraint64 stroke:#008f99;
    style constraint65 stroke:#439900;
    style constraint66 stroke:#550099;
    style constraint67 stroke:#991b00;
    style constraint72 stroke:#007d99;
    style constraint73 stroke:#319900;
    style constraint74 stroke:#670099;
    style constraint75 stroke:#992d00;
    style constraint76 stroke:#006b99;
    style constraint83 stroke:#1e9900;
    style constraint82 stroke:#7a0099;
    style constraint85 stroke:#993f00;
    style constraint87 stroke:#005999;
    style constraint84 stroke:#0c9900;
    style constraint93 stroke:#8c0099;
    style constraint86 stroke:#995200;
    style constraint88 stroke:#004699;
    style constraint89 stroke:#009905;
    style constraint90 stroke:#990093;
    style constraint91 stroke:#996400;
    style constraint92 stroke:#003499;
    style constraint94 stroke:#009917;
    style constraint95 stroke:#990081;
    style constraint96 stroke:#997600;
    style constraint98 stroke:#002299;
    style constraint100 stroke:#00992a;
    style constraint104 stroke:#99006e;